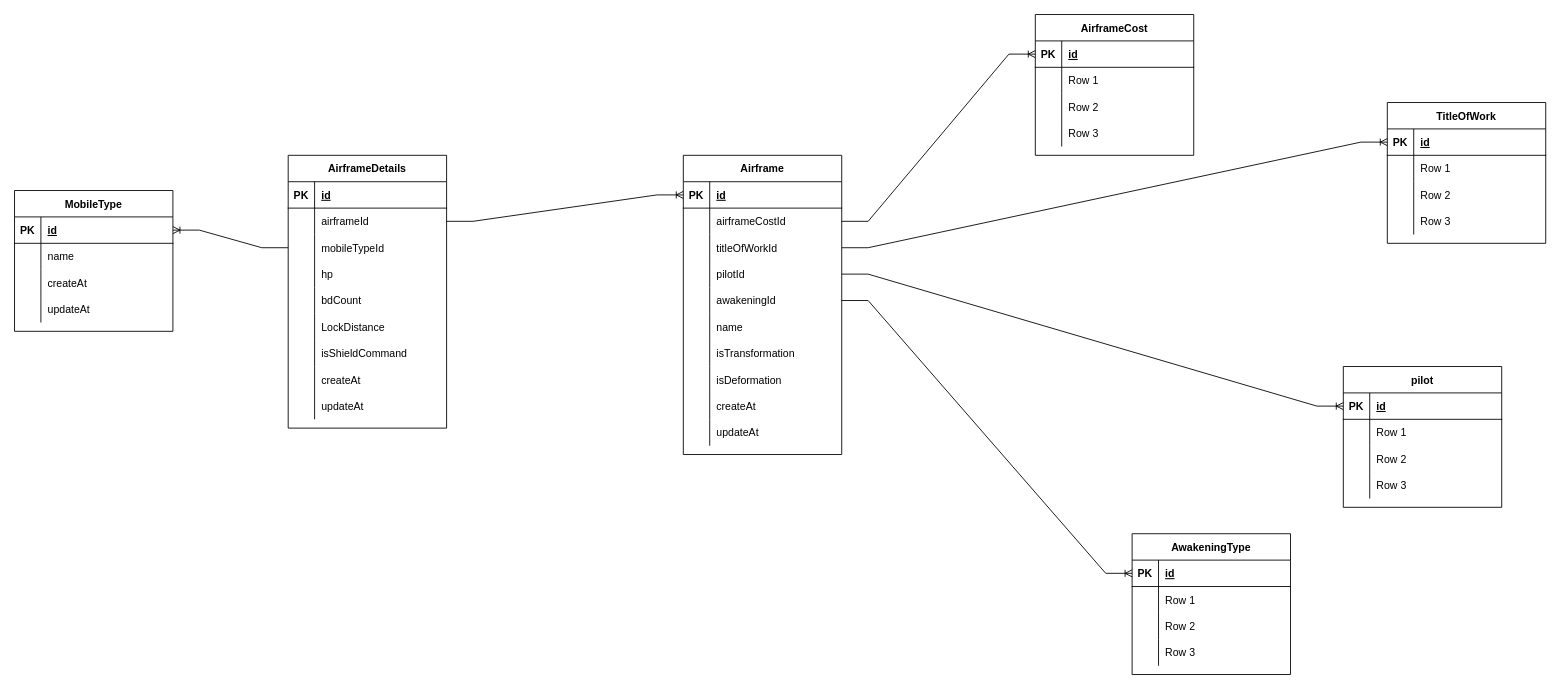
Above: er_diagram.drawio in kbc18a11/exvs-search-drawio (draw.io), before the change. Source tidied: cells renumbered, new cells numbered last; positions are measured from the earlier drawing's top-left corner, leaving out a move shared by most shapes. Both pictures are drawn from the tidied source at 88%, with x=0, y=0 at pixel (14, 14).
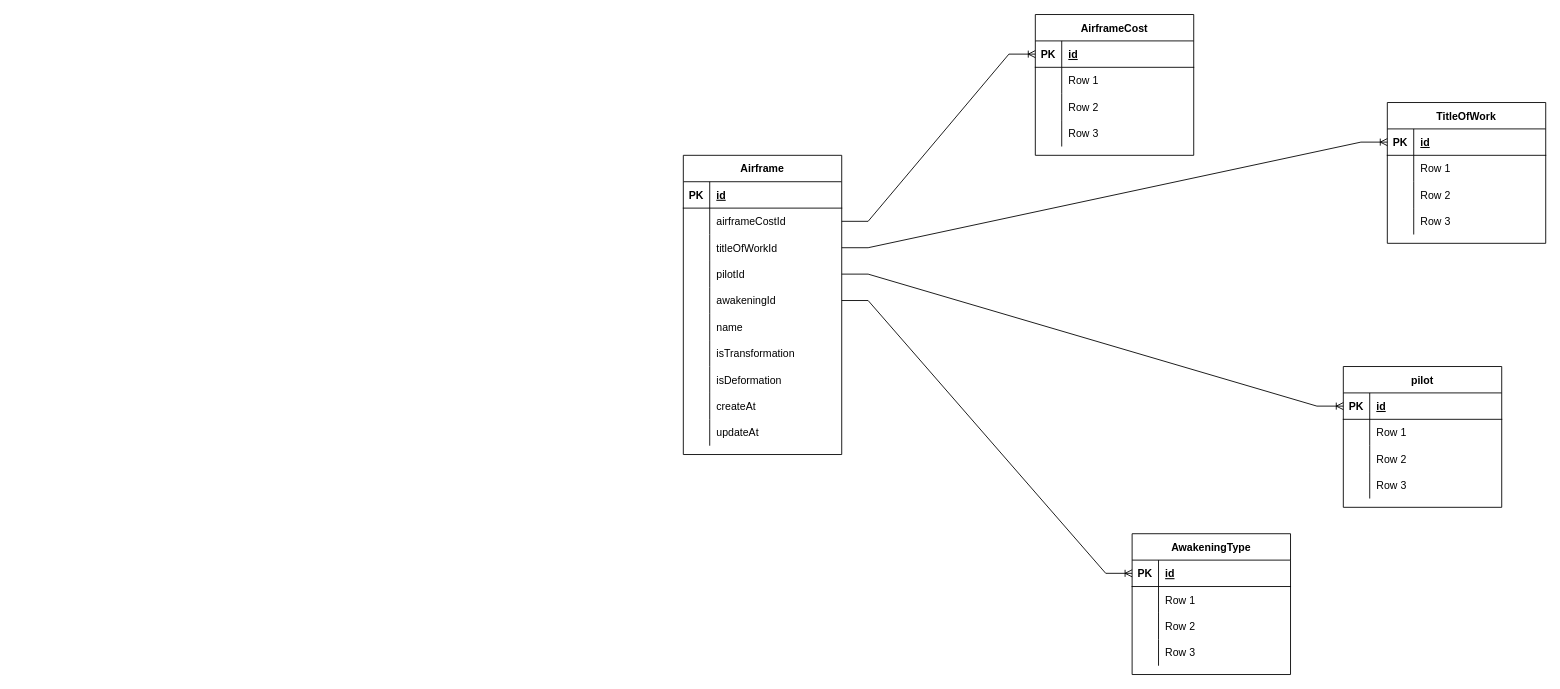
The same diagram, later.

Commit message:
機体詳細情報と移動タイプを削除した

Unchanged cells that the change refers to:
```xml
<mxCell id="3" style="shape=tableRow;horizontal=0;startSize=0;swimlaneHead=0;swimlaneBody=0;fillColor=none;points=[[0,0.5],[1,0.5]];portConstraint=eastwest;top=0;left=0;right=0;bottom=1;" parent="2" vertex="1">
  <mxGeometry y="30" width="180" height="30" as="geometry" />
</mxCell>
```

The edit, as a diff of the source:
```diff
@@
-    <mxCell id="33" value="AirframeDetails" style="shape=table;startSize=30;childLayout=tableLayout;rowLines=0;fontStyle=1;align=center;" parent="1" vertex="1">
-      <mxGeometry x="311" y="160" width="180" height="310" as="geometry" />
-    </mxCell>
-    <mxCell id="34" style="shape=tableRow;horizontal=0;startSize=0;swimlaneHead=0;swimlaneBody=0;fillColor=none;top=0;left=0;right=0;bottom=1;" parent="33" vertex="1">
-      <mxGeometry y="30" width="180" height="30" as="geometry" />
-    </mxCell>
-    <mxCell id="35" value="PK" style="shape=partialRectangle;fillColor=none;top=0;left=0;bottom=0;right=0;fontStyle=1;overflow=hidden;" parent="34" vertex="1">
-      <mxGeometry width="30" height="30" as="geometry" />
-    </mxCell>
-    <mxCell id="36" value="id" style="shape=partialRectangle;fillColor=none;top=0;left=0;bottom=0;right=0;align=left;spacingLeft=6;fontStyle=5;overflow=hidden;" parent="34" vertex="1">
-      <mxGeometry x="30" width="150" height="30" as="geometry" />
-    </mxCell>
-    <mxCell id="37" style="shape=tableRow;horizontal=0;startSize=0;swimlaneHead=0;swimlaneBody=0;fillColor=none;points=[[0,0.5],[1,0.5]];portConstraint=eastwest;top=0;left=0;right=0;bottom=0;" parent="33" vertex="1">
-      <mxGeometry y="60" width="180" height="30" as="geometry" />
-    </mxCell>
-    <mxCell id="38" style="shape=partialRectangle;fillColor=none;top=0;left=0;bottom=0;right=0;overflow=hidden;" parent="37" vertex="1">
-      <mxGeometry width="30" height="30" as="geometry" />
-    </mxCell>
-    <mxCell id="39" value="airframeId" style="shape=partialRectangle;fillColor=none;top=0;left=0;bottom=0;right=0;align=left;spacingLeft=6;overflow=hidden;" parent="37" vertex="1">
-      <mxGeometry x="30" width="150" height="30" as="geometry" />
-    </mxCell>
-    <mxCell id="40" style="shape=tableRow;horizontal=0;startSize=0;swimlaneHead=0;swimlaneBody=0;fillColor=none;points=[[0,0.5],[1,0.5]];portConstraint=eastwest;top=0;left=0;right=0;bottom=0;" parent="33" vertex="1">
-      <mxGeometry y="90" width="180" height="30" as="geometry" />
-    </mxCell>
-    <mxCell id="41" style="shape=partialRectangle;fillColor=none;top=0;left=0;bottom=0;right=0;overflow=hidden;" parent="40" vertex="1">
-      <mxGeometry width="30" height="30" as="geometry" />
-    </mxCell>
-    <mxCell id="42" value="mobileTypeId" style="shape=partialRectangle;fillColor=none;top=0;left=0;bottom=0;right=0;align=left;spacingLeft=6;overflow=hidden;" parent="40" vertex="1">
-      <mxGeometry x="30" width="150" height="30" as="geometry" />
-    </mxCell>
-    <mxCell id="43" style="shape=tableRow;horizontal=0;startSize=0;swimlaneHead=0;swimlaneBody=0;fillColor=none;top=0;left=0;right=0;bottom=0;" parent="33" vertex="1">
-      <mxGeometry y="120" width="180" height="30" as="geometry" />
-    </mxCell>
-    <mxCell id="44" style="shape=partialRectangle;fillColor=none;top=0;left=0;bottom=0;right=0;overflow=hidden;" parent="43" vertex="1">
-      <mxGeometry width="30" height="30" as="geometry" />
-    </mxCell>
-    <mxCell id="45" value="hp" style="shape=partialRectangle;fillColor=none;top=0;left=0;bottom=0;right=0;align=left;spacingLeft=6;overflow=hidden;" parent="43" vertex="1">
-      <mxGeometry x="30" width="150" height="30" as="geometry" />
-    </mxCell>
-    <mxCell id="46" style="shape=tableRow;horizontal=0;startSize=0;swimlaneHead=0;swimlaneBody=0;fillColor=none;top=0;left=0;right=0;bottom=0;" parent="33" vertex="1">
-      <mxGeometry y="150" width="180" height="30" as="geometry" />
-    </mxCell>
-    <mxCell id="47" style="shape=partialRectangle;fillColor=none;top=0;left=0;bottom=0;right=0;overflow=hidden;" parent="46" vertex="1">
-      <mxGeometry width="30" height="30" as="geometry" />
-    </mxCell>
-    <mxCell id="48" value="bdCount" style="shape=partialRectangle;fillColor=none;top=0;left=0;bottom=0;right=0;align=left;spacingLeft=6;overflow=hidden;" parent="46" vertex="1">
-      <mxGeometry x="30" width="150" height="30" as="geometry" />
-    </mxCell>
-    <mxCell id="49" style="shape=tableRow;horizontal=0;startSize=0;swimlaneHead=0;swimlaneBody=0;fillColor=none;top=0;left=0;right=0;bottom=0;" parent="33" vertex="1">
-      <mxGeometry y="180" width="180" height="30" as="geometry" />
-    </mxCell>
-    <mxCell id="50" style="shape=partialRectangle;fillColor=none;top=0;left=0;bottom=0;right=0;overflow=hidden;" parent="49" vertex="1">
-      <mxGeometry width="30" height="30" as="geometry" />
-    </mxCell>
-    <mxCell id="51" value="LockDistance" style="shape=partialRectangle;fillColor=none;top=0;left=0;bottom=0;right=0;align=left;spacingLeft=6;overflow=hidden;" parent="49" vertex="1">
-      <mxGeometry x="30" width="150" height="30" as="geometry" />
-    </mxCell>
-    <mxCell id="52" style="shape=tableRow;horizontal=0;startSize=0;swimlaneHead=0;swimlaneBody=0;fillColor=none;top=0;left=0;right=0;bottom=0;" parent="33" vertex="1">
-      <mxGeometry y="210" width="180" height="30" as="geometry" />
-    </mxCell>
-    <mxCell id="53" style="shape=partialRectangle;fillColor=none;top=0;left=0;bottom=0;right=0;overflow=hidden;" parent="52" vertex="1">
-      <mxGeometry width="30" height="30" as="geometry" />
-    </mxCell>
-    <mxCell id="54" value="isShieldCommand" style="shape=partialRectangle;fillColor=none;top=0;left=0;bottom=0;right=0;align=left;spacingLeft=6;overflow=hidden;" parent="52" vertex="1">
-      <mxGeometry x="30" width="150" height="30" as="geometry" />
-    </mxCell>
-    <mxCell id="55" style="shape=tableRow;horizontal=0;startSize=0;swimlaneHead=0;swimlaneBody=0;fillColor=none;top=0;left=0;right=0;bottom=0;" parent="33" vertex="1">
-      <mxGeometry y="240" width="180" height="30" as="geometry" />
-    </mxCell>
-    <mxCell id="56" style="shape=partialRectangle;fillColor=none;top=0;left=0;bottom=0;right=0;overflow=hidden;" parent="55" vertex="1">
-      <mxGeometry width="30" height="30" as="geometry" />
-    </mxCell>
-    <mxCell id="57" value="createAt" style="shape=partialRectangle;fillColor=none;top=0;left=0;bottom=0;right=0;align=left;spacingLeft=6;overflow=hidden;" parent="55" vertex="1">
-      <mxGeometry x="30" width="150" height="30" as="geometry" />
-    </mxCell>
-    <mxCell id="58" style="shape=tableRow;horizontal=0;startSize=0;swimlaneHead=0;swimlaneBody=0;fillColor=none;top=0;left=0;right=0;bottom=0;" parent="33" vertex="1">
-      <mxGeometry y="270" width="180" height="30" as="geometry" />
-    </mxCell>
-    <mxCell id="59" style="shape=partialRectangle;fillColor=none;top=0;left=0;bottom=0;right=0;overflow=hidden;" parent="58" vertex="1">
-      <mxGeometry width="30" height="30" as="geometry" />
-    </mxCell>
-    <mxCell id="60" value="updateAt" style="shape=partialRectangle;fillColor=none;top=0;left=0;bottom=0;right=0;align=left;spacingLeft=6;overflow=hidden;" parent="58" vertex="1">
-      <mxGeometry x="30" width="150" height="30" as="geometry" />
-    </mxCell>
@@
-    <mxCell id="117" style="edgeStyle=entityRelationEdgeStyle;fontSize=12;html=1;endArrow=ERoneToMany;rounded=0;fontFamily=Helvetica;fontColor=default;startSize=30;entryX=0;entryY=0.5;entryDx=0;entryDy=0;" parent="1" edge="1" source="37" target="3">
-      <mxGeometry relative="1" as="geometry" />
-    </mxCell>
-    <mxCell id="118" value="MobileType" style="shape=table;startSize=30;childLayout=tableLayout;rowLines=0;fontStyle=1;align=center;fontFamily=Helvetica;fontSize=12;fontColor=default;strokeColor=default;fillColor=default;" parent="1" vertex="1">
-      <mxGeometry y="200" width="180" height="160" as="geometry" />
-    </mxCell>
-    <mxCell id="119" style="shape=tableRow;horizontal=0;startSize=0;swimlaneHead=0;swimlaneBody=0;fillColor=none;points=[[0,0.5],[1,0.5]];portConstraint=eastwest;top=0;left=0;right=0;bottom=1;fontFamily=Helvetica;fontSize=12;fontColor=default;strokeColor=default;" parent="118" vertex="1">
-      <mxGeometry y="30" width="180" height="30" as="geometry" />
-    </mxCell>
-    <mxCell id="120" value="PK" style="shape=partialRectangle;fillColor=none;top=0;left=0;bottom=0;right=0;fontStyle=1;overflow=hidden;fontFamily=Helvetica;fontSize=12;fontColor=default;startSize=30;strokeColor=default;" parent="119" vertex="1">
-      <mxGeometry width="30" height="30" as="geometry" />
-    </mxCell>
-    <mxCell id="121" value="id" style="shape=partialRectangle;fillColor=none;top=0;left=0;bottom=0;right=0;align=left;spacingLeft=6;fontStyle=5;overflow=hidden;fontFamily=Helvetica;fontSize=12;fontColor=default;startSize=30;strokeColor=default;" parent="119" vertex="1">
-      <mxGeometry x="30" width="150" height="30" as="geometry" />
-    </mxCell>
-    <mxCell id="122" style="shape=tableRow;horizontal=0;startSize=0;swimlaneHead=0;swimlaneBody=0;fillColor=none;top=0;left=0;right=0;bottom=0;fontFamily=Helvetica;fontSize=12;fontColor=default;strokeColor=default;" parent="118" vertex="1">
-      <mxGeometry y="60" width="180" height="30" as="geometry" />
-    </mxCell>
-    <mxCell id="123" style="shape=partialRectangle;fillColor=none;top=0;left=0;bottom=0;right=0;overflow=hidden;fontFamily=Helvetica;fontSize=12;fontColor=default;startSize=30;strokeColor=default;" parent="122" vertex="1">
-      <mxGeometry width="30" height="30" as="geometry" />
-    </mxCell>
-    <mxCell id="124" value="name" style="shape=partialRectangle;fillColor=none;top=0;left=0;bottom=0;right=0;align=left;spacingLeft=6;overflow=hidden;fontFamily=Helvetica;fontSize=12;fontColor=default;startSize=30;strokeColor=default;" parent="122" vertex="1">
-      <mxGeometry x="30" width="150" height="30" as="geometry" />
-    </mxCell>
-    <mxCell id="125" style="shape=tableRow;horizontal=0;startSize=0;swimlaneHead=0;swimlaneBody=0;fillColor=none;top=0;left=0;right=0;bottom=0;fontFamily=Helvetica;fontSize=12;fontColor=default;strokeColor=default;" parent="118" vertex="1">
-      <mxGeometry y="90" width="180" height="30" as="geometry" />
-    </mxCell>
-    <mxCell id="126" style="shape=partialRectangle;fillColor=none;top=0;left=0;bottom=0;right=0;overflow=hidden;fontFamily=Helvetica;fontSize=12;fontColor=default;startSize=30;strokeColor=default;" parent="125" vertex="1">
-      <mxGeometry width="30" height="30" as="geometry" />
-    </mxCell>
-    <mxCell id="127" value="createAt" style="shape=partialRectangle;fillColor=none;top=0;left=0;bottom=0;right=0;align=left;spacingLeft=6;overflow=hidden;fontFamily=Helvetica;fontSize=12;fontColor=default;startSize=30;strokeColor=default;" parent="125" vertex="1">
-      <mxGeometry x="30" width="150" height="30" as="geometry" />
-    </mxCell>
-    <mxCell id="128" style="shape=tableRow;horizontal=0;startSize=0;swimlaneHead=0;swimlaneBody=0;fillColor=none;top=0;left=0;right=0;bottom=0;fontFamily=Helvetica;fontSize=12;fontColor=default;strokeColor=default;" parent="118" vertex="1">
-      <mxGeometry y="120" width="180" height="30" as="geometry" />
-    </mxCell>
-    <mxCell id="129" style="shape=partialRectangle;fillColor=none;top=0;left=0;bottom=0;right=0;overflow=hidden;fontFamily=Helvetica;fontSize=12;fontColor=default;startSize=30;strokeColor=default;" parent="128" vertex="1">
-      <mxGeometry width="30" height="30" as="geometry" />
-    </mxCell>
-    <mxCell id="130" value="updateAt" style="shape=partialRectangle;fillColor=none;top=0;left=0;bottom=0;right=0;align=left;spacingLeft=6;overflow=hidden;fontFamily=Helvetica;fontSize=12;fontColor=default;startSize=30;strokeColor=default;" parent="128" vertex="1">
-      <mxGeometry x="30" width="150" height="30" as="geometry" />
-    </mxCell>
-    <mxCell id="131" style="edgeStyle=entityRelationEdgeStyle;fontSize=12;html=1;endArrow=ERoneToMany;rounded=0;fontFamily=Helvetica;fontColor=default;startSize=30;entryX=1;entryY=0.5;entryDx=0;entryDy=0;" parent="1" edge="1" source="40" target="119">
-      <mxGeometry relative="1" as="geometry" />
-    </mxCell>
```
